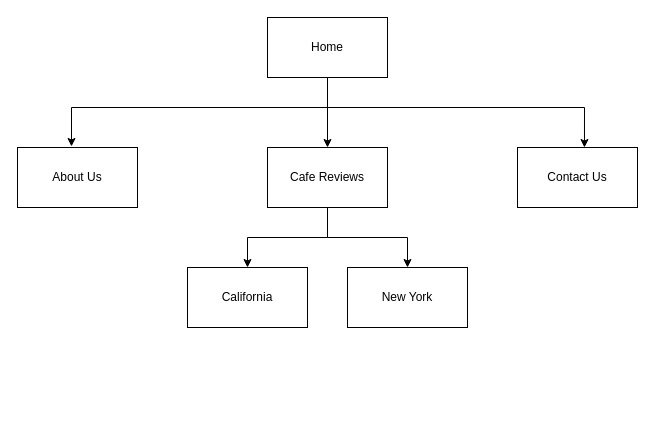
This is sitemap.drawio from cucumberpeel/drawio-diagrams, a draw.io file, before an edit. Source tidied: cells renumbered, new cells numbered last; positions are measured from the earlier drawing's top-left corner, leaving out a move shared by most shapes. Both pictures are drawn from the tidied source at 100%, with x=0, y=0 at pixel (17, 17).
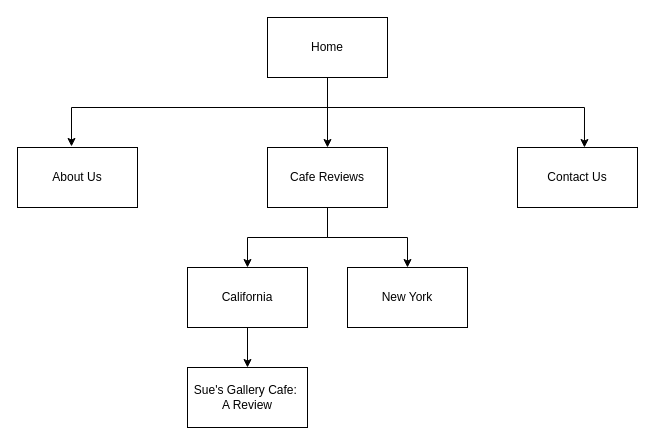
The same page after the edit.

Unchanged cells that the change refers to:
```xml
<mxCell id="11" value="California" style="rounded=0;whiteSpace=wrap;html=1;strokeColor=default;fillColor=default;" parent="1" vertex="1">
  <mxGeometry x="170" y="250" width="120" height="60" as="geometry" />
</mxCell>
```

Diff of the diagram source:
```diff
@@
+    <mxCell id="13" style="edgeStyle=orthogonalEdgeStyle;rounded=0;jettySize=auto;html=1;" parent="1" edge="1" source="11" target="14">
+      <mxGeometry relative="1" as="geometry" />
+    </mxCell>
@@
+    <mxCell id="14" value="Sue's Gallery Cafe:&amp;nbsp;&lt;br&gt;A Review" style="rounded=0;whiteSpace=wrap;html=1;" parent="1" vertex="1">
+      <mxGeometry x="170" y="350" width="120" height="60" as="geometry" />
+    </mxCell>
```
